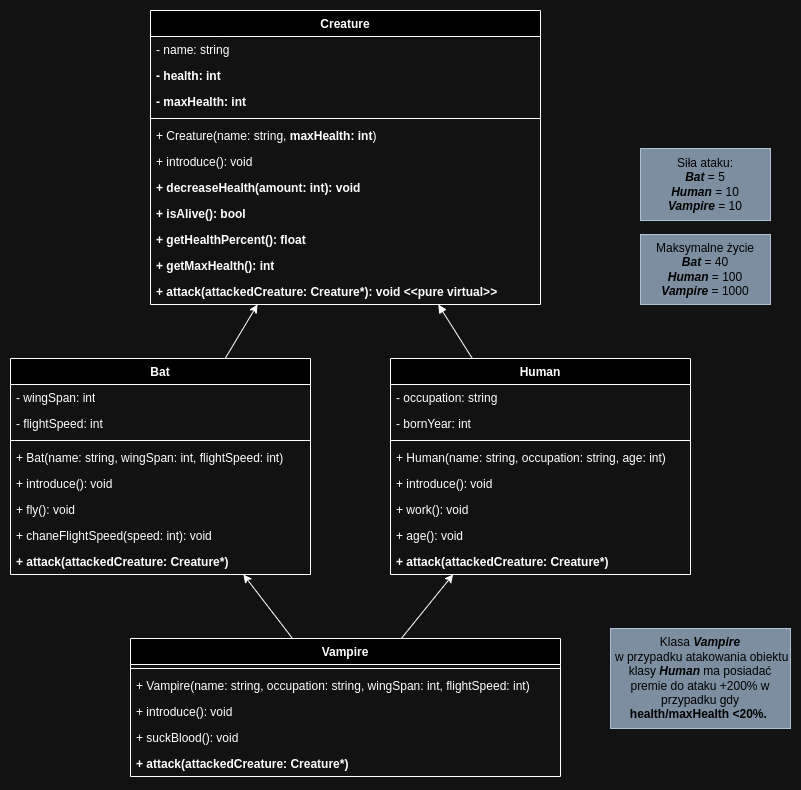
Before: assets/vampire2Extended.drawio.png, a diagram exported from draw.io (Kajkitsu/po). Source tidied: cells renumbered, new cells last; positions are measured from the earlier drawing's top-left corner, leaving out a move shared by most shapes.
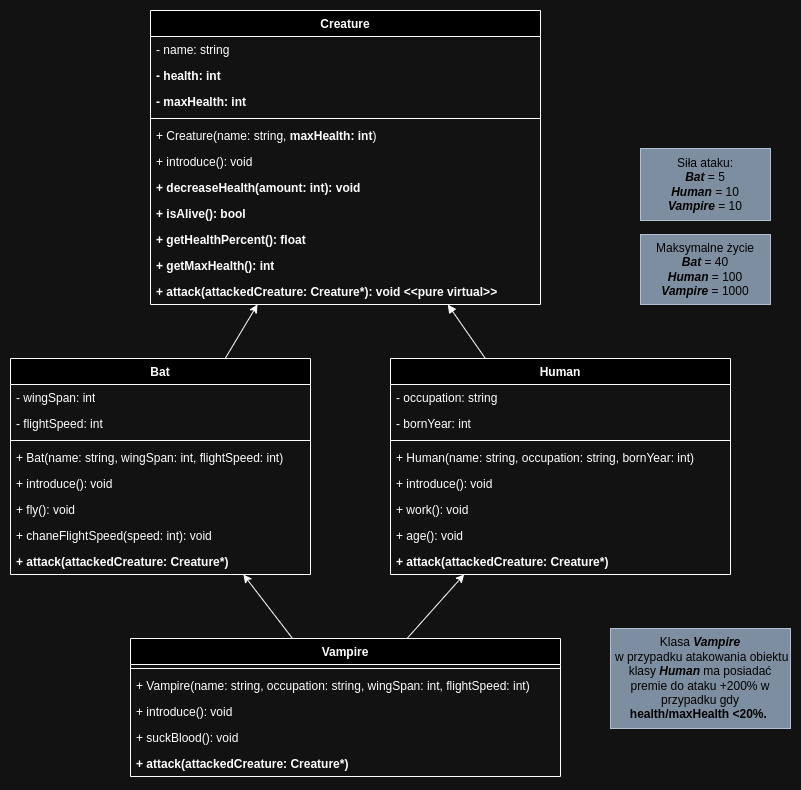
After the change.

What changed in the source:
```diff
@@ -42,31 +42,31 @@
       <mxGeometry relative="1" as="geometry" />
     </mxCell>
     <mxCell id="15" value="Human" style="swimlane;fontStyle=1;align=center;verticalAlign=top;horizontal=1;startSize=26;whiteSpace=wrap;html=1;" parent="1" vertex="1">
-      <mxGeometry x="380" y="348" width="300" height="216" as="geometry" />
+      <mxGeometry x="380" y="348" width="340" height="216" as="geometry" />
     </mxCell>
     <mxCell id="16" value="- occupation: string" style="text;strokeColor=none;fillColor=none;align=left;verticalAlign=top;spacingLeft=4;spacingRight=4;overflow=hidden;whiteSpace=wrap;html=1;" parent="15" vertex="1">
-      <mxGeometry y="26" width="300" height="26" as="geometry" />
+      <mxGeometry y="26" width="340" height="26" as="geometry" />
     </mxCell>
     <mxCell id="17" value="- bornYear: int" style="text;strokeColor=none;fillColor=none;align=left;verticalAlign=top;spacingLeft=4;spacingRight=4;overflow=hidden;whiteSpace=wrap;html=1;" parent="15" vertex="1">
-      <mxGeometry y="52" width="300" height="26" as="geometry" />
+      <mxGeometry y="52" width="340" height="26" as="geometry" />
     </mxCell>
     <mxCell id="18" style="line;strokeWidth=1;fillColor=none;align=left;verticalAlign=middle;spacingTop=-1;spacingLeft=3;spacingRight=3;labelPosition=right;strokeColor=inherit;" parent="15" vertex="1">
-      <mxGeometry y="78" width="300" height="8" as="geometry" />
+      <mxGeometry y="78" width="340" height="8" as="geometry" />
     </mxCell>
-    <mxCell id="19" value="+ Human(name: string, occupation: string, age: int)" style="text;strokeColor=none;fillColor=none;align=left;verticalAlign=top;spacingLeft=4;spacingRight=4;overflow=hidden;whiteSpace=wrap;html=1;" parent="15" vertex="1">
-      <mxGeometry y="86" width="300" height="26" as="geometry" />
+    <mxCell id="19" value="+ Human(name: string, occupation: string, bornYear: int)" style="text;strokeColor=none;fillColor=none;align=left;verticalAlign=top;spacingLeft=4;spacingRight=4;overflow=hidden;whiteSpace=wrap;html=1;" parent="15" vertex="1">
+      <mxGeometry y="86" width="340" height="26" as="geometry" />
     </mxCell>
     <mxCell id="20" value="+ introduce(): void" style="text;strokeColor=none;fillColor=none;align=left;verticalAlign=top;spacingLeft=4;spacingRight=4;overflow=hidden;whiteSpace=wrap;html=1;" parent="15" vertex="1">
-      <mxGeometry y="112" width="300" height="26" as="geometry" />
+      <mxGeometry y="112" width="340" height="26" as="geometry" />
     </mxCell>
     <mxCell id="21" value="+ work(): void" style="text;strokeColor=none;fillColor=none;align=left;verticalAlign=top;spacingLeft=4;spacingRight=4;overflow=hidden;whiteSpace=wrap;html=1;" parent="15" vertex="1">
-      <mxGeometry y="138" width="300" height="26" as="geometry" />
+      <mxGeometry y="138" width="340" height="26" as="geometry" />
     </mxCell>
     <mxCell id="22" value="+ age(): void" style="text;strokeColor=none;fillColor=none;align=left;verticalAlign=top;spacingLeft=4;spacingRight=4;overflow=hidden;whiteSpace=wrap;html=1;" parent="15" vertex="1">
-      <mxGeometry y="164" width="300" height="26" as="geometry" />
+      <mxGeometry y="164" width="340" height="26" as="geometry" />
     </mxCell>
     <mxCell id="23" value="&lt;b&gt;+ attack(attackedCreature: Creature*)&lt;/b&gt;" style="text;strokeColor=none;fillColor=none;align=left;verticalAlign=top;spacingLeft=4;spacingRight=4;overflow=hidden;whiteSpace=wrap;html=1;" parent="15" vertex="1">
-      <mxGeometry y="190" width="300" height="26" as="geometry" />
+      <mxGeometry y="190" width="340" height="26" as="geometry" />
     </mxCell>
     <mxCell id="24" style="rounded=0;jettySize=auto;html=1;" parent="1" edge="1" source="25" target="2">
       <mxGeometry relative="1" as="geometry" />
```
